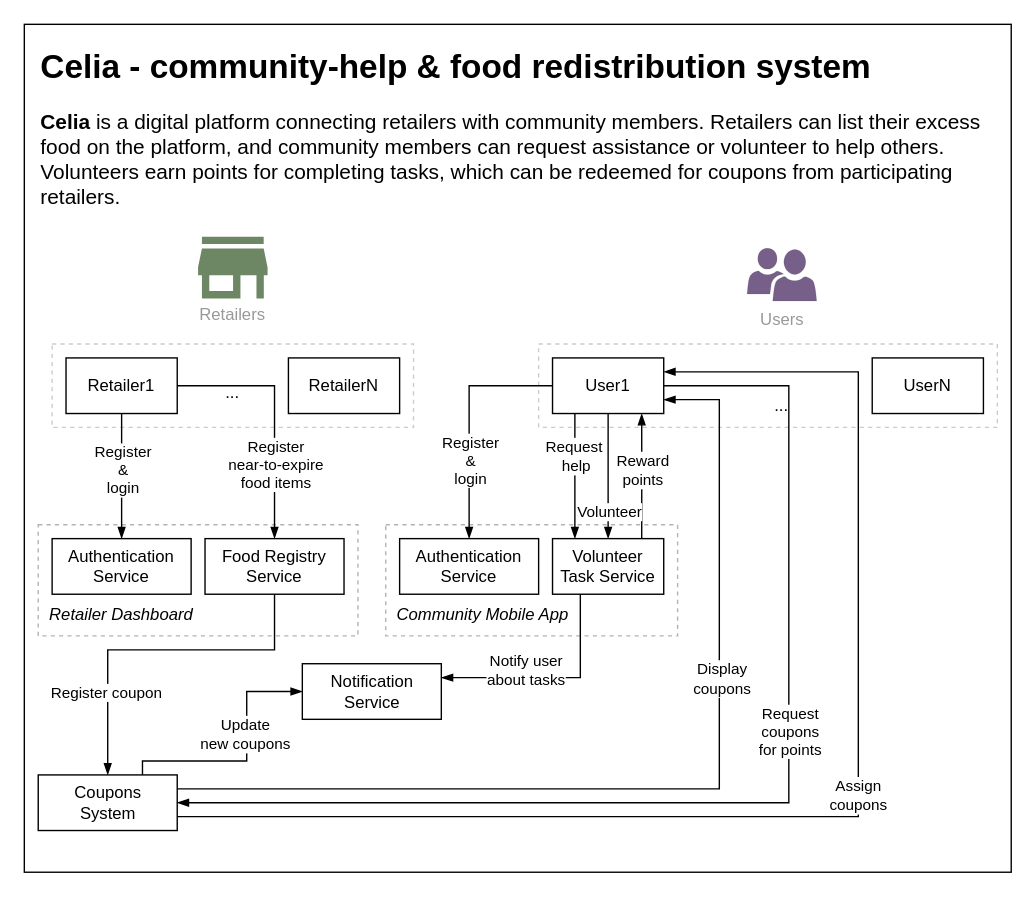
Earlier version of the draw.io diagram page "Page-2" (2 of 2) of Untitled Diagram.drawio (HarshvardhanThosar/msc-project-resources). Source tidied: cells renumbered, new cells numbered last; positions are measured from the earlier drawing's top-left corner, leaving out a move shared by most shapes. Both pictures are drawn from the tidied source at 139%, with x=0, y=0 at pixel (24, 24).
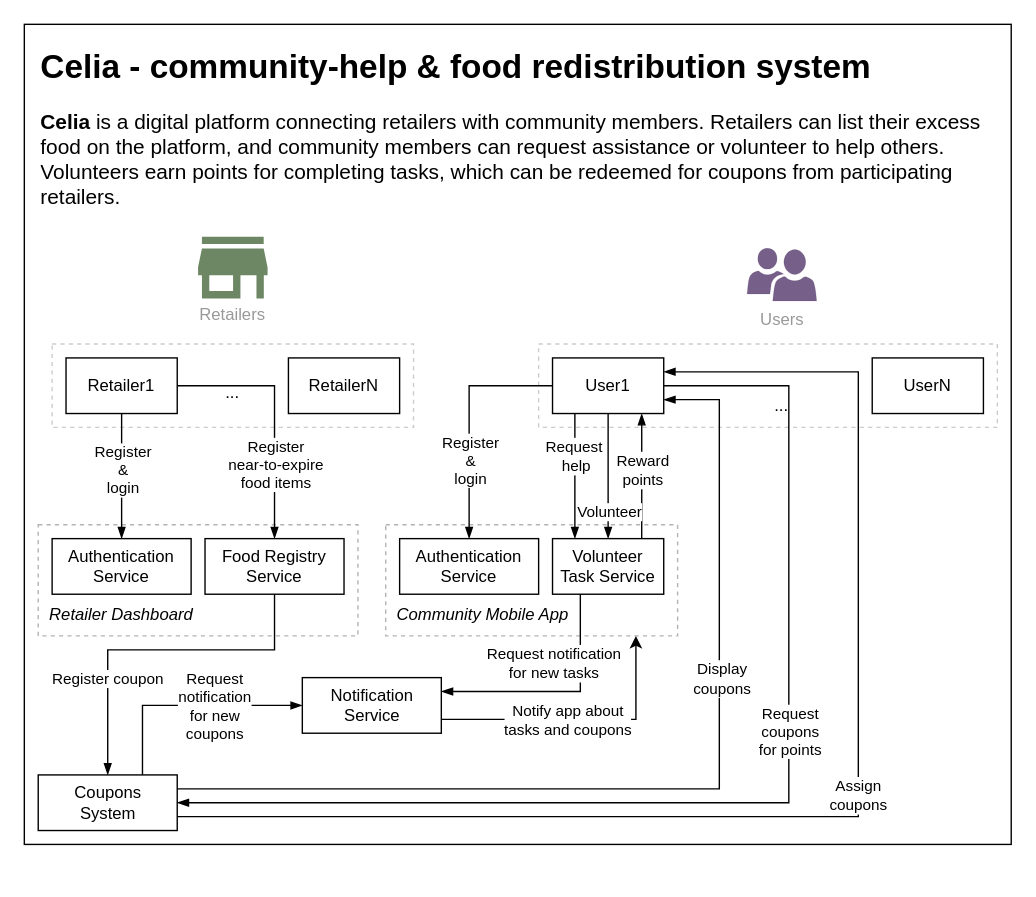
After the change.

Commit message:
Notification service added

The change refers to these unchanged cells:
```xml
<mxCell id="3" style="rounded=0;whiteSpace=wrap;html=1;dashed=1;strokeColor=#B3B3B3;" parent="1" vertex="1">
  <mxGeometry x="260" y="360" width="210" height="80" as="geometry" />
</mxCell>
<mxCell id="7" style="edgeStyle=orthogonalEdgeStyle;rounded=0;jettySize=auto;html=1;exitX=0.5;exitY=1;exitDx=0;exitDy=0;entryX=0.5;entryY=0;entryDx=0;entryDy=0;endArrow=blockThin;endFill=1;" parent="1" edge="1" source="9" target="51">
  <mxGeometry relative="1" as="geometry">
    <Array as="points">
      <mxPoint x="180" y="450" />
      <mxPoint x="60" y="450" />
    </Array>
  </mxGeometry>
</mxCell>
<mxCell id="43" style="edgeStyle=orthogonalEdgeStyle;rounded=0;jettySize=auto;html=1;exitX=0.25;exitY=1;exitDx=0;exitDy=0;entryX=1;entryY=0.25;entryDx=0;entryDy=0;endArrow=blockThin;endFill=1;" parent="1" edge="1" source="45" target="59">
  <mxGeometry relative="1" as="geometry" />
</mxCell>
<mxCell id="51" style="rounded=0;whiteSpace=wrap;html=1;" parent="1" vertex="1">
  <mxGeometry x="10" y="540" width="100" height="40" as="geometry" />
</mxCell>
```

The edit, as a diff of the source:
```diff
@@
     <mxCell id="2" style="rounded=0;whiteSpace=wrap;html=1;" parent="1" vertex="1">
-      <mxGeometry width="710" height="610" as="geometry" />
+      <mxGeometry width="710" height="590" as="geometry" />
     </mxCell>
@@
     <mxCell id="8" value="Register coupon" style="edgeLabel;html=1;align=center;verticalAlign=middle;" parent="7" vertex="1">
       <mxGeometry x="-0.49" y="-1" relative="1" as="geometry">
-        <mxPoint x="-98" y="31" as="offset" />
+        <mxPoint x="-97" y="21" as="offset" />
       </mxGeometry>
     </mxCell>
@@
-    <mxCell id="44" value="Notify user&lt;div&gt;about tasks&lt;/div&gt;" style="edgeLabel;html=1;align=center;verticalAlign=middle;" parent="43" vertex="1">
+    <mxCell id="44" value="Request notification&lt;div&gt;for new tasks&lt;/div&gt;" style="edgeLabel;html=1;align=center;verticalAlign=middle;" parent="43" vertex="1">
       <mxGeometry x="-0.42" y="1" relative="1" as="geometry">
-        <mxPoint x="-41" y="8" as="offset" />
+        <mxPoint x="-21" as="offset" />
       </mxGeometry>
     </mxCell>
@@
     <mxCell id="49" style="edgeStyle=orthogonalEdgeStyle;rounded=0;jettySize=auto;html=1;exitX=0.75;exitY=0;exitDx=0;exitDy=0;entryX=0;entryY=0.5;entryDx=0;entryDy=0;endArrow=blockThin;endFill=1;" parent="1" edge="1" source="51" target="59">
       <mxGeometry relative="1" as="geometry">
         <Array as="points">
-          <mxPoint x="85" y="530" />
-          <mxPoint x="160" y="530" />
-          <mxPoint x="160" y="480" />
+          <mxPoint x="85" y="490" />
         </Array>
       </mxGeometry>
     </mxCell>
-    <mxCell id="50" value="&lt;div&gt;Update&lt;/div&gt;&lt;div&gt;new coupons&lt;/div&gt;" style="edgeLabel;html=1;align=center;verticalAlign=middle;" parent="49" vertex="1">
+    <mxCell id="50" value="&lt;div&gt;Request&lt;/div&gt;&lt;div&gt;notification&lt;/div&gt;&lt;div&gt;for new&lt;/div&gt;&lt;div&gt;coupons&lt;br&gt;&lt;/div&gt;" style="edgeLabel;html=1;align=center;verticalAlign=middle;" parent="49" vertex="1">
       <mxGeometry x="-0.13" relative="1" as="geometry">
-        <mxPoint x="7" y="-20" as="offset" />
+        <mxPoint x="29" as="offset" />
       </mxGeometry>
     </mxCell>
@@
+    <mxCell id="61" style="edgeStyle=orthogonalEdgeStyle;rounded=0;jettySize=auto;html=1;exitX=1;exitY=0.75;exitDx=0;exitDy=0;" parent="1" edge="1" source="59" target="3">
+      <mxGeometry relative="1" as="geometry">
+        <Array as="points">
+          <mxPoint x="440" y="500" />
+        </Array>
+      </mxGeometry>
+    </mxCell>
+    <mxCell id="62" value="Notify app about&lt;div&gt;tasks and coupons&lt;/div&gt;" style="edgeLabel;html=1;align=center;verticalAlign=middle;" parent="61" vertex="1">
+      <mxGeometry x="-0.32" relative="1" as="geometry">
+        <mxPoint x="22" as="offset" />
+      </mxGeometry>
+    </mxCell>
     <mxCell id="59" style="rounded=0;whiteSpace=wrap;html=1;" parent="1" vertex="1">
-      <mxGeometry x="200" y="460" width="100" height="40" as="geometry" />
+      <mxGeometry x="200" y="470" width="100" height="40" as="geometry" />
     </mxCell>
     <mxCell id="60" value="Notification&lt;div&gt;Service&lt;/div&gt;" style="text;html=1;align=center;verticalAlign=middle;whiteSpace=wrap;rounded=0;" parent="1" vertex="1">
-      <mxGeometry x="212.5" y="465" width="75" height="30" as="geometry" />
+      <mxGeometry x="212.5" y="475" width="75" height="30" as="geometry" />
     </mxCell>
```
